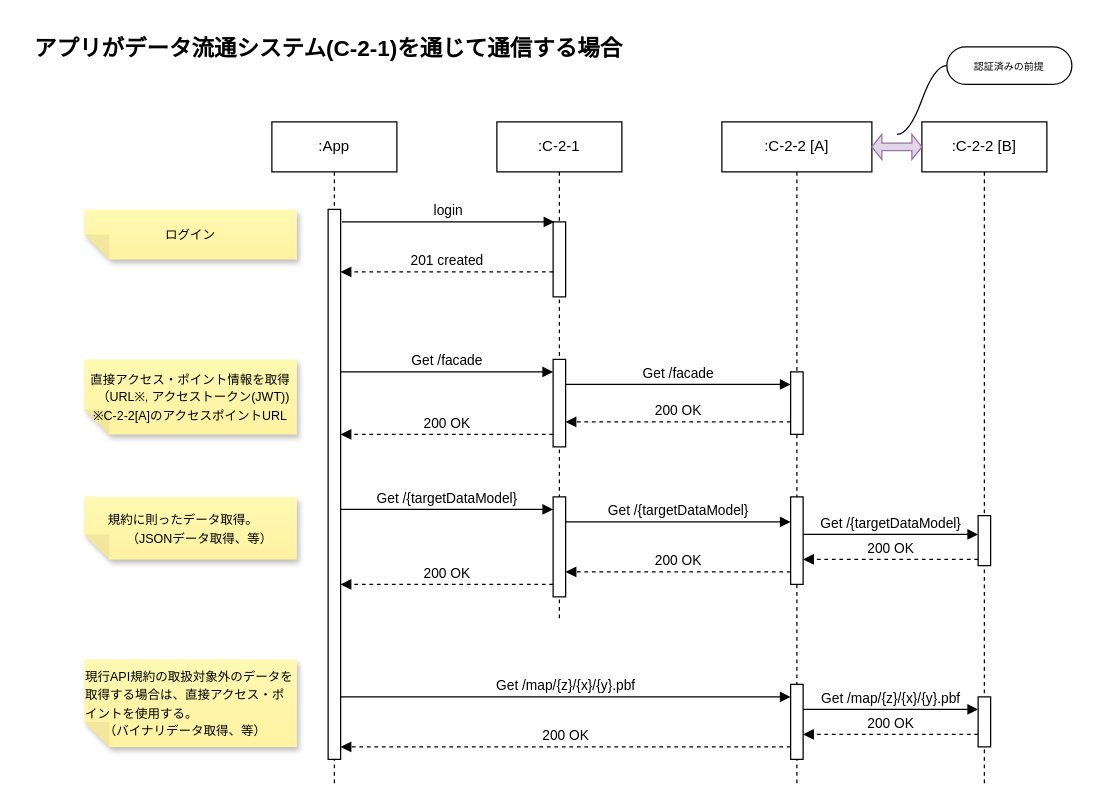
Sportacandy/C-2-2API keeps this draw.io diagram as page "C-2-1経由" (1 of 4) of models/access-scheme.drawio. Above is the earlier version. Source tidied: cells renumbered, new cells numbered last; positions are measured from the earlier drawing's top-left corner, leaving out a move shared by most shapes. Both pictures are drawn from the tidied source at 125%, with x=0, y=0 at pixel (21, 21).
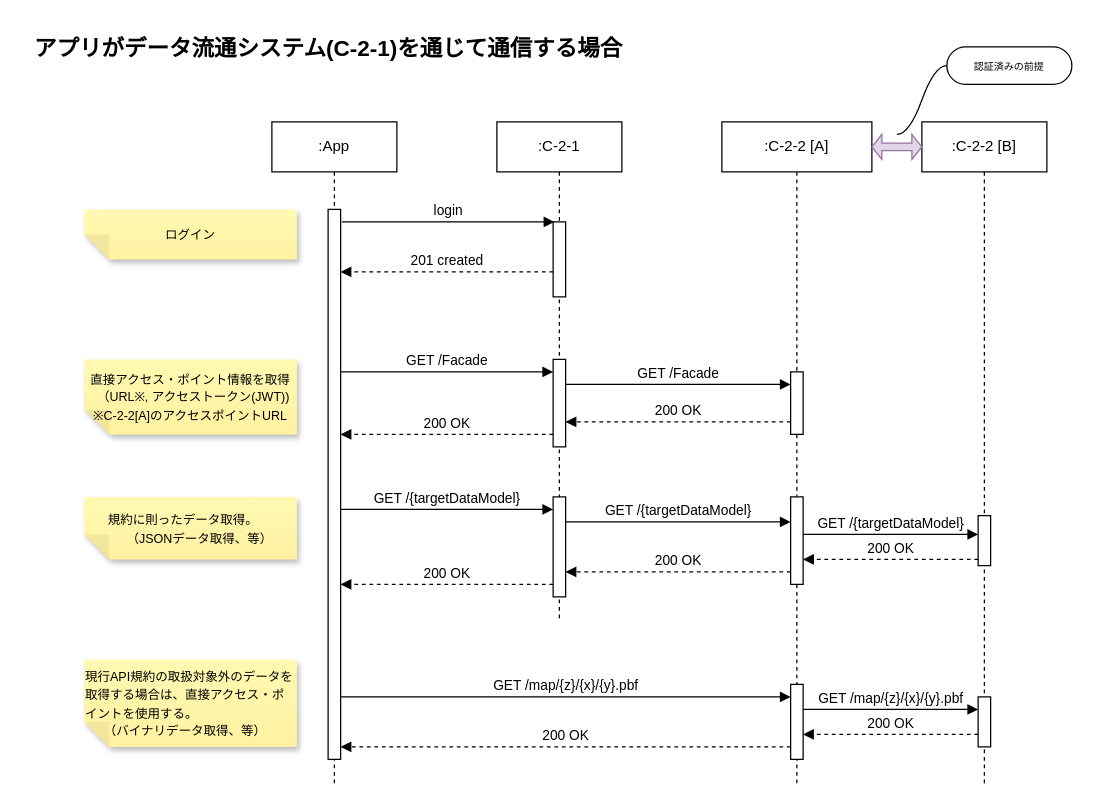
The same diagram, later.

The change refers to these unchanged cells:
```xml
<mxCell id="3" style="html=1;points=[];perimeter=orthogonalPerimeter;outlineConnect=0;targetShapes=umlLifeline;portConstraint=eastwest;newEdgeStyle={&quot;edgeStyle&quot;:&quot;elbowEdgeStyle&quot;,&quot;elbow&quot;:&quot;vertical&quot;,&quot;curved&quot;:0,&quot;rounded&quot;:0};" parent="2" vertex="1">
  <mxGeometry x="45" y="315" width="10" height="40" as="geometry" />
</mxCell>
<mxCell id="5" style="html=1;points=[];perimeter=orthogonalPerimeter;outlineConnect=0;targetShapes=umlLifeline;portConstraint=eastwest;newEdgeStyle={&quot;edgeStyle&quot;:&quot;elbowEdgeStyle&quot;,&quot;elbow&quot;:&quot;vertical&quot;,&quot;curved&quot;:0,&quot;rounded&quot;:0};" parent="4" vertex="1">
  <mxGeometry x="45" y="70" width="10" height="440" as="geometry" />
</mxCell>
<mxCell id="9" style="html=1;points=[];perimeter=orthogonalPerimeter;outlineConnect=0;targetShapes=umlLifeline;portConstraint=eastwest;newEdgeStyle={&quot;edgeStyle&quot;:&quot;elbowEdgeStyle&quot;,&quot;elbow&quot;:&quot;vertical&quot;,&quot;curved&quot;:0,&quot;rounded&quot;:0};" parent="6" vertex="1">
  <mxGeometry x="45" y="190" width="10" height="70" as="geometry" />
</mxCell>
<mxCell id="10" style="html=1;points=[];perimeter=orthogonalPerimeter;outlineConnect=0;targetShapes=umlLifeline;portConstraint=eastwest;newEdgeStyle={&quot;edgeStyle&quot;:&quot;elbowEdgeStyle&quot;,&quot;elbow&quot;:&quot;vertical&quot;,&quot;curved&quot;:0,&quot;rounded&quot;:0};" parent="6" vertex="1">
  <mxGeometry x="45" y="300" width="10" height="80" as="geometry" />
</mxCell>
<mxCell id="13" value=":C-2-2 [A]" style="shape=umlLifeline;perimeter=lifelinePerimeter;whiteSpace=wrap;html=1;newEdgeStyle={&quot;edgeStyle&quot;:&quot;elbowEdgeStyle&quot;,&quot;elbow&quot;:&quot;vertical&quot;,&quot;curved&quot;:0,&quot;rounded&quot;:0};" parent="1" vertex="1">
  <mxGeometry x="560" y="80" width="120" height="530" as="geometry" />
</mxCell>
<mxCell id="14" style="html=1;points=[];perimeter=orthogonalPerimeter;outlineConnect=0;targetShapes=umlLifeline;portConstraint=eastwest;newEdgeStyle={&quot;edgeStyle&quot;:&quot;elbowEdgeStyle&quot;,&quot;elbow&quot;:&quot;vertical&quot;,&quot;curved&quot;:0,&quot;rounded&quot;:0};" parent="13" vertex="1">
  <mxGeometry x="55" y="200" width="10" height="50" as="geometry" />
</mxCell>
<mxCell id="15" style="html=1;points=[];perimeter=orthogonalPerimeter;outlineConnect=0;targetShapes=umlLifeline;portConstraint=eastwest;newEdgeStyle={&quot;edgeStyle&quot;:&quot;elbowEdgeStyle&quot;,&quot;elbow&quot;:&quot;vertical&quot;,&quot;curved&quot;:0,&quot;rounded&quot;:0};" parent="13" vertex="1">
  <mxGeometry x="55" y="450" width="10" height="60" as="geometry" />
</mxCell>
<mxCell id="18" style="html=1;points=[];perimeter=orthogonalPerimeter;outlineConnect=0;targetShapes=umlLifeline;portConstraint=eastwest;newEdgeStyle={&quot;edgeStyle&quot;:&quot;elbowEdgeStyle&quot;,&quot;elbow&quot;:&quot;vertical&quot;,&quot;curved&quot;:0,&quot;rounded&quot;:0};" parent="13" vertex="1">
  <mxGeometry x="205" y="460" width="10" height="40" as="geometry" />
</mxCell>
<mxCell id="19" style="html=1;points=[];perimeter=orthogonalPerimeter;outlineConnect=0;targetShapes=umlLifeline;portConstraint=eastwest;newEdgeStyle={&quot;edgeStyle&quot;:&quot;elbowEdgeStyle&quot;,&quot;elbow&quot;:&quot;vertical&quot;,&quot;curved&quot;:0,&quot;rounded&quot;:0};" parent="13" vertex="1">
  <mxGeometry x="55" y="300" width="10" height="70" as="geometry" />
</mxCell>
```

Diff of the diagram source:
```diff
@@
-    <mxCell id="16" value="Get /map/{z}/{x}/{y}.pbf" style="html=1;verticalAlign=bottom;endArrow=block;edgeStyle=elbowEdgeStyle;elbow=horizontal;curved=0;rounded=0;" parent="13" edge="1" target="18">
+    <mxCell id="16" value="GET /map/{z}/{x}/{y}.pbf" style="html=1;verticalAlign=bottom;endArrow=block;edgeStyle=elbowEdgeStyle;elbow=horizontal;curved=0;rounded=0;" parent="13" edge="1" target="18">
       <mxGeometry relative="1" as="geometry">
         <mxPoint x="65" y="470" as="sourcePoint" />
         <Array as="points">
           <mxPoint x="150" y="470" />
         </Array>
       </mxGeometry>
     </mxCell>
@@
-    <mxCell id="20" value="Get /facade" style="html=1;verticalAlign=bottom;endArrow=block;edgeStyle=elbowEdgeStyle;elbow=horizontal;curved=0;rounded=0;" parent="1" edge="1" source="5" target="9">
+    <mxCell id="20" value="GET /Facade" style="html=1;verticalAlign=bottom;endArrow=block;edgeStyle=elbowEdgeStyle;elbow=vertical;curved=0;rounded=0;" parent="1" edge="1" source="5" target="9">
       <mxGeometry relative="1" as="geometry">
         <Array as="points">
           <mxPoint x="335" y="280" />
         </Array>
       </mxGeometry>
     </mxCell>
-    <mxCell id="21" value="Get /facade" style="html=1;verticalAlign=bottom;endArrow=block;edgeStyle=elbowEdgeStyle;elbow=horizontal;curved=0;rounded=0;" parent="1" edge="1" source="9" target="14">
+    <mxCell id="21" value="GET /Facade" style="html=1;verticalAlign=bottom;endArrow=block;edgeStyle=elbowEdgeStyle;elbow=horizontal;curved=0;rounded=0;" parent="1" edge="1" source="9" target="14">
       <mxGeometry relative="1" as="geometry">
         <Array as="points">
           <mxPoint x="520" y="290" />
         </Array>
       </mxGeometry>
     </mxCell>
@@
-    <mxCell id="28" value="Get /map/{z}/{x}/{y}.pbf" style="html=1;verticalAlign=bottom;endArrow=block;edgeStyle=elbowEdgeStyle;elbow=horizontal;curved=0;rounded=0;" parent="1" edge="1" source="5" target="15">
+    <mxCell id="28" value="GET /map/{z}/{x}/{y}.pbf" style="html=1;verticalAlign=bottom;endArrow=block;edgeStyle=elbowEdgeStyle;elbow=horizontal;curved=0;rounded=0;" parent="1" edge="1" source="5" target="15">
       <mxGeometry relative="1" as="geometry">
         <Array as="points">
           <mxPoint x="555" y="540" />
         </Array>
       </mxGeometry>
     </mxCell>
@@
-    <mxCell id="30" value="Get /{targetDataModel}" style="html=1;verticalAlign=bottom;endArrow=block;edgeStyle=elbowEdgeStyle;elbow=horizontal;curved=0;rounded=0;" parent="1" edge="1">
+    <mxCell id="30" value="GET /{targetDataModel}" style="html=1;verticalAlign=bottom;endArrow=block;edgeStyle=elbowEdgeStyle;elbow=horizontal;curved=0;rounded=0;" parent="1" edge="1">
       <mxGeometry relative="1" as="geometry">
         <mxPoint x="255" y="390" as="sourcePoint" />
         <mxPoint x="425" y="390" as="targetPoint" />
         <Array as="points">
           <mxPoint x="335" y="390" />
         </Array>
       </mxGeometry>
     </mxCell>
-    <mxCell id="31" value="Get /{targetDataModel}" style="html=1;verticalAlign=bottom;endArrow=block;edgeStyle=elbowEdgeStyle;elbow=horizontal;curved=0;rounded=0;" parent="1" edge="1" source="10" target="19">
+    <mxCell id="31" value="GET /{targetDataModel}" style="html=1;verticalAlign=bottom;endArrow=block;edgeStyle=elbowEdgeStyle;elbow=horizontal;curved=0;rounded=0;" parent="1" edge="1" source="10" target="19">
       <mxGeometry relative="1" as="geometry">
         <Array as="points">
           <mxPoint x="520" y="400" />
         </Array>
       </mxGeometry>
     </mxCell>
-    <mxCell id="32" value="Get /{targetDataModel}" style="html=1;verticalAlign=bottom;endArrow=block;edgeStyle=elbowEdgeStyle;elbow=horizontal;curved=0;rounded=0;" parent="1" edge="1" source="19" target="3">
+    <mxCell id="32" value="GET /{targetDataModel}" style="html=1;verticalAlign=bottom;endArrow=block;edgeStyle=elbowEdgeStyle;elbow=horizontal;curved=0;rounded=0;" parent="1" edge="1" source="19" target="3">
       <mxGeometry relative="1" as="geometry">
         <Array as="points">
           <mxPoint x="715" y="410" />
         </Array>
       </mxGeometry>
     </mxCell>
```
